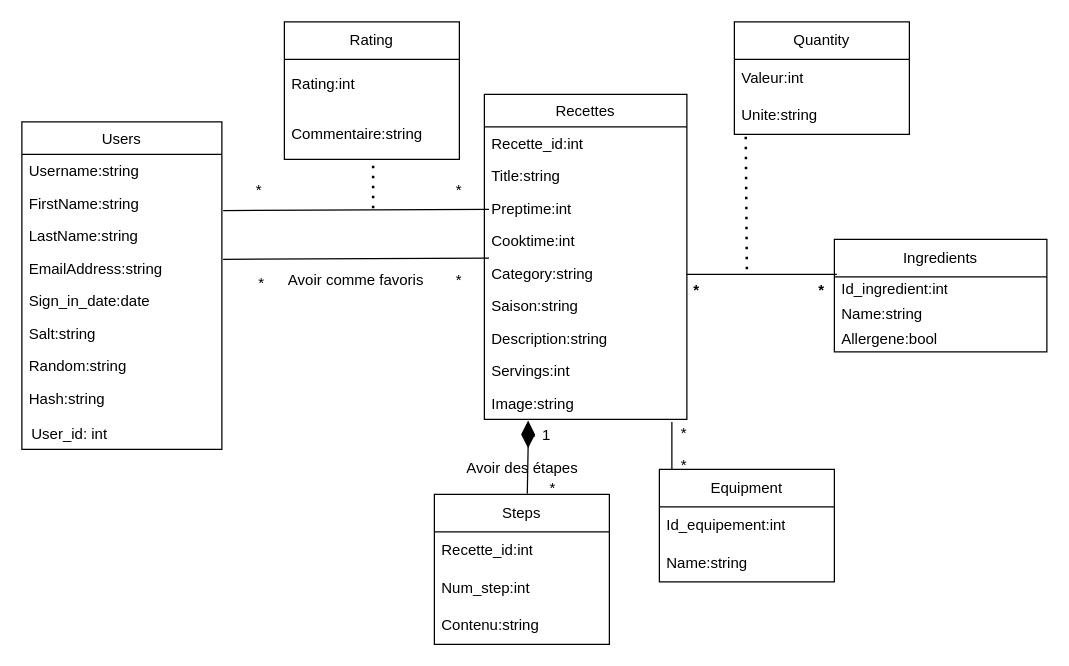
Earlier version of the draw.io diagram Diagramme UML.drawio (justinetsd/PROJET). Source tidied: cells renumbered, new cells numbered last; positions are measured from the earlier drawing's top-left corner, leaving out a move shared by most shapes. Both pictures are drawn from the tidied source at 125%, with x=0, y=0 at pixel (21, 21).
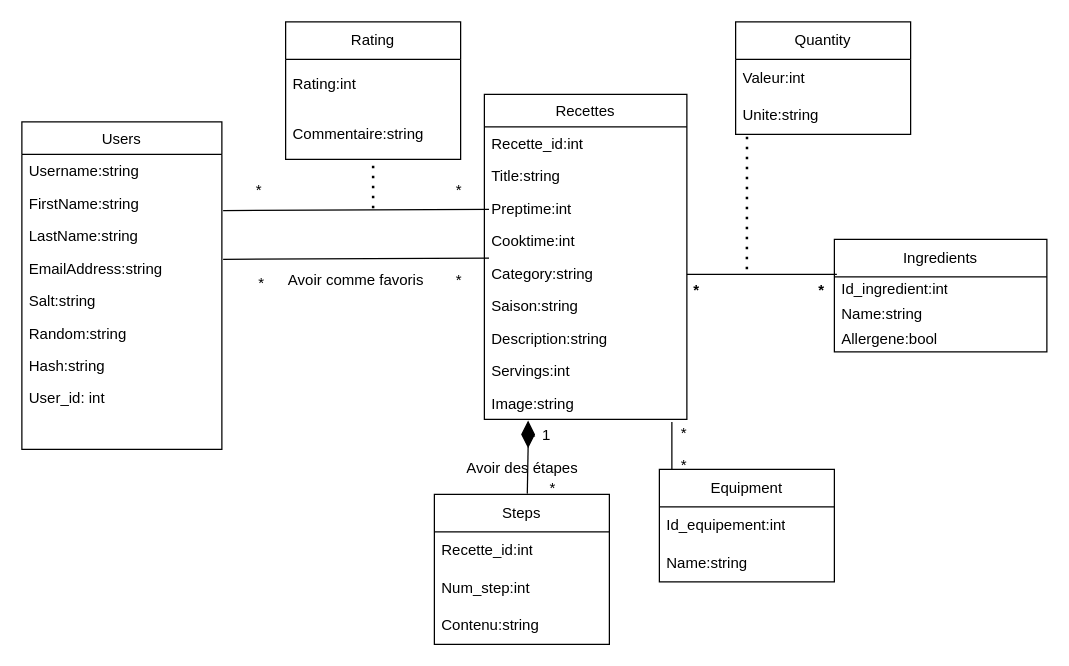
Above is the later version.

Unchanged cells that the change refers to:
```xml
<mxCell id="2" value="Users" style="swimlane;fontStyle=0;align=center;verticalAlign=top;horizontal=1;startSize=26;rounded=0;shadow=0;strokeWidth=1;" parent="1" vertex="1">
  <mxGeometry y="80" width="160" height="262" as="geometry" />
</mxCell>
```

What changed in the source:
```diff
@@
-    <mxCell id="7" value="Sign_in_date:date" style="text;align=left;verticalAlign=top;spacingLeft=4;spacingRight=4;overflow=hidden;rounded=0;shadow=0;html=0;" parent="2" vertex="1">
-      <mxGeometry y="130" width="160" height="26" as="geometry" />
-    </mxCell>
     <mxCell id="8" value="Salt:string" style="text;align=left;verticalAlign=top;spacingLeft=4;spacingRight=4;overflow=hidden;rounded=0;shadow=0;html=0;" parent="2" vertex="1">
-      <mxGeometry y="156" width="160" height="26" as="geometry" />
+      <mxGeometry y="130" width="160" height="26" as="geometry" />
     </mxCell>
     <mxCell id="9" value="Random:string" style="text;align=left;verticalAlign=top;spacingLeft=4;spacingRight=4;overflow=hidden;rounded=0;shadow=0;html=0;" parent="2" vertex="1">
-      <mxGeometry y="182" width="160" height="26" as="geometry" />
+      <mxGeometry y="156" width="160" height="26" as="geometry" />
     </mxCell>
     <mxCell id="10" value="Hash:string" style="text;align=left;verticalAlign=top;spacingLeft=4;spacingRight=4;overflow=hidden;rounded=0;shadow=0;html=0;" parent="2" vertex="1">
-      <mxGeometry y="208" width="160" height="26" as="geometry" />
+      <mxGeometry y="182" width="160" height="26" as="geometry" />
     </mxCell>
@@
     <mxCell id="25" value="Quantity" style="swimlane;fontStyle=0;horizontal=1;startSize=30;whiteSpace=wrap;html=1;" parent="1" vertex="1">
-      <mxGeometry x="570" width="140" height="90" as="geometry" />
+      <mxGeometry x="571" width="140" height="90" as="geometry" />
     </mxCell>
@@
     <mxCell id="33" value="Rating" style="swimlane;fontStyle=0;horizontal=1;startSize=30;whiteSpace=wrap;html=1;" parent="1" vertex="1">
-      <mxGeometry x="210" width="140" height="110" as="geometry" />
+      <mxGeometry x="211" width="140" height="110" as="geometry" />
     </mxCell>
@@
     <mxCell id="37" value="User_id: int" style="text;align=left;verticalAlign=top;spacingLeft=4;spacingRight=4;overflow=hidden;rounded=0;shadow=0;html=0;" parent="1" vertex="1">
-      <mxGeometry x="2" y="316" width="160" height="26" as="geometry" />
+      <mxGeometry y="287" width="160" height="26" as="geometry" />
     </mxCell>
```
